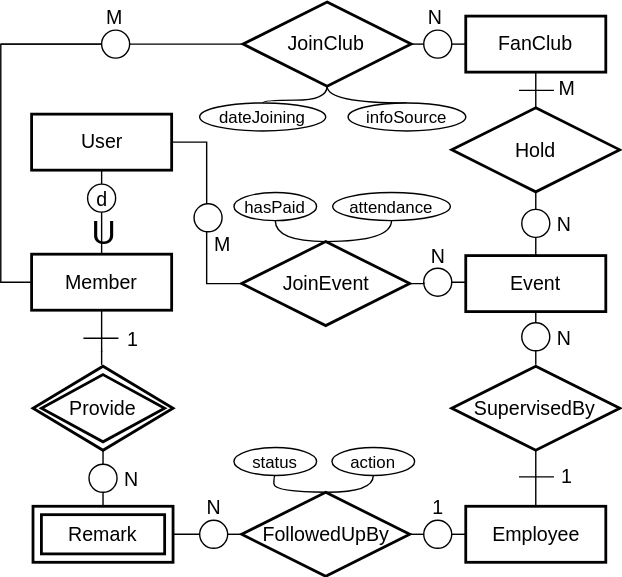
Earlier version of the draw.io export Project/E-R_Diagram.svg (gerald-liu/comp3311). Source tidied: cells renumbered, new cells last; positions are measured from the earlier drawing's top-left corner, leaving out a move shared by most shapes.
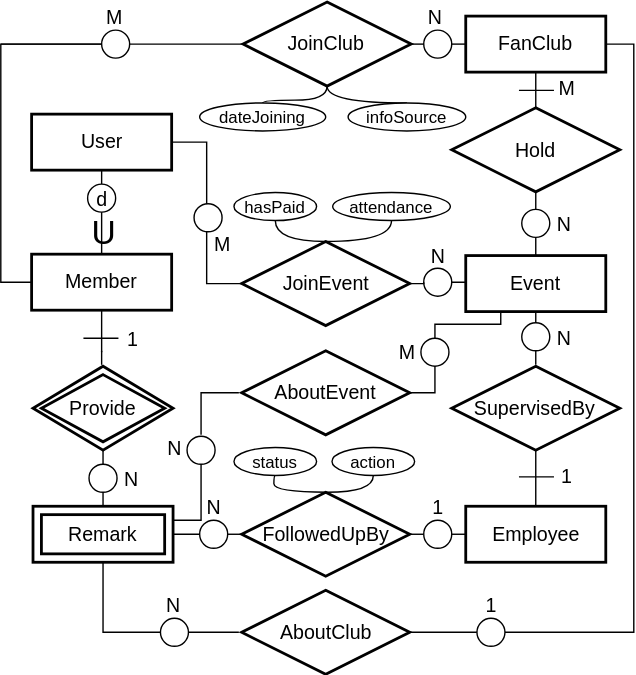
After the commit.

Change to the diagram source:
```diff
@@ -62,6 +62,9 @@
     <mxCell id="14" style="edgeStyle=orthogonalEdgeStyle;rounded=0;html=1;exitX=1;exitY=0.5;entryX=0;entryY=1;endArrow=none;endFill=0;jettySize=auto;fontFamily=Helvetica;" parent="1" edge="1" source="15" target="22">
       <mxGeometry relative="1" as="geometry" />
     </mxCell>
+    <mxCell id="75" style="edgeStyle=orthogonalEdgeStyle;rounded=0;html=1;exitX=1;exitY=0.25;entryX=0.5;entryY=1;endArrow=none;endFill=0;jettySize=auto;fontFamily=Helvetica;" parent="1" edge="1" source="15" target="78">
+      <mxGeometry relative="1" as="geometry" />
+    </mxCell>
     <mxCell id="15" value="Remark" style="shape=ext;strokeWidth=2;margin=3;double=1;whiteSpace=wrap;html=1;align=center;fontSize=14;fillColor=#ffffff;" parent="1" vertex="1">
       <mxGeometry x="23" y="360" width="100" height="40" as="geometry" />
     </mxCell>
@@ -292,5 +295,73 @@
         </Array>
       </mxGeometry>
     </mxCell>
+    <mxCell id="76" value="&lt;font style=&quot;font-size: 14px&quot;&gt;AboutEvent&lt;/font&gt;" style="shape=rhombus;strokeWidth=2;fontSize=17;perimeter=rhombusPerimeter;whiteSpace=wrap;html=1;align=center;fontSize=14;fillColor=#ffffff;" parent="1" vertex="1">
+      <mxGeometry x="172" y="249" width="120" height="60" as="geometry" />
+    </mxCell>
+    <mxCell id="77" style="edgeStyle=orthogonalEdgeStyle;rounded=0;html=1;exitX=0.5;exitY=0;endArrow=none;endFill=0;jettySize=auto;orthogonalLoop=1;fontFamily=Helvetica;" parent="1" edge="1">
+      <mxGeometry relative="1" as="geometry">
+        <mxPoint x="143" y="309" as="sourcePoint" />
+        <mxPoint x="170" y="279" as="targetPoint" />
+        <Array as="points">
+          <mxPoint x="143" y="279" />
+        </Array>
+      </mxGeometry>
+    </mxCell>
+    <mxCell id="78" style="ellipse;whiteSpace=wrap;html=1;fillColor=#ffffff;fontFamily=Helvetica;" parent="1" vertex="1">
+      <mxGeometry x="133" y="310" width="20" height="20" as="geometry" />
+    </mxCell>
+    <mxCell id="79" value="&lt;font style=&quot;font-size: 14px&quot;&gt;N&lt;/font&gt;" style="text;html=1;strokeColor=none;fillColor=none;align=center;verticalAlign=middle;whiteSpace=wrap;rounded=0;fontFamily=Helvetica;" parent="1" vertex="1">
+      <mxGeometry x="117" y="308" width="14" height="20" as="geometry" />
+    </mxCell>
+    <mxCell id="80" style="edgeStyle=orthogonalEdgeStyle;rounded=0;html=1;exitX=0.5;exitY=0;entryX=0.25;entryY=1;endArrow=none;endFill=0;jettySize=auto;fontFamily=Helvetica;" parent="1" edge="1" source="82" target="39">
+      <mxGeometry relative="1" as="geometry">
+        <Array as="points">
+          <mxPoint x="310" y="230" />
+          <mxPoint x="357" y="230" />
+        </Array>
+      </mxGeometry>
+    </mxCell>
+    <mxCell id="81" style="edgeStyle=orthogonalEdgeStyle;rounded=0;html=1;exitX=0.5;exitY=1;entryX=1;entryY=0.5;endArrow=none;endFill=0;jettySize=auto;fontFamily=Helvetica;" parent="1" edge="1" source="82" target="76">
+      <mxGeometry relative="1" as="geometry">
+        <Array as="points">
+          <mxPoint x="310" y="279" />
+        </Array>
+      </mxGeometry>
+    </mxCell>
+    <mxCell id="82" style="ellipse;whiteSpace=wrap;html=1;fillColor=#ffffff;fontFamily=Helvetica;" parent="1" vertex="1">
+      <mxGeometry x="300" y="240" width="20" height="20" as="geometry" />
+    </mxCell>
+    <mxCell id="83" value="&lt;font style=&quot;font-size: 14px&quot;&gt;M&lt;/font&gt;" style="text;html=1;strokeColor=none;fillColor=none;align=center;verticalAlign=middle;whiteSpace=wrap;rounded=0;fontFamily=Helvetica;" parent="1" vertex="1">
+      <mxGeometry x="283" y="239" width="14" height="20" as="geometry" />
+    </mxCell>
+    <mxCell id="84" style="edgeStyle=orthogonalEdgeStyle;rounded=0;html=1;exitX=1;exitY=0.5;entryX=1;entryY=0.5;endArrow=none;endFill=0;jettySize=auto;fontFamily=Helvetica;" parent="1" edge="1" source="91" target="51">
+      <mxGeometry relative="1" as="geometry" />
+    </mxCell>
+    <mxCell id="85" style="edgeStyle=orthogonalEdgeStyle;rounded=0;html=1;exitX=1;exitY=0.5;entryX=0;entryY=0.5;endArrow=none;endFill=0;jettySize=auto;fontFamily=Helvetica;" parent="1" edge="1" source="86" target="91">
+      <mxGeometry relative="1" as="geometry" />
+    </mxCell>
+    <mxCell id="86" value="&lt;font style=&quot;font-size: 14px&quot;&gt;AboutClub&lt;/font&gt;" style="shape=rhombus;strokeWidth=2;fontSize=17;perimeter=rhombusPerimeter;whiteSpace=wrap;html=1;align=center;fontSize=14;fillColor=#ffffff;" parent="1" vertex="1">
+      <mxGeometry x="172" y="420" width="120" height="60" as="geometry" />
+    </mxCell>
+    <mxCell id="87" style="edgeStyle=orthogonalEdgeStyle;rounded=0;html=1;exitX=1;exitY=0.5;endArrow=none;endFill=0;jettySize=auto;fontFamily=Helvetica;" parent="1" edge="1" source="88">
+      <mxGeometry relative="1" as="geometry">
+        <mxPoint x="170" y="450" as="targetPoint" />
+      </mxGeometry>
+    </mxCell>
+    <mxCell id="88" style="ellipse;whiteSpace=wrap;html=1;fillColor=#ffffff;fontFamily=Helvetica;" parent="1" vertex="1">
+      <mxGeometry x="114" y="440" width="20" height="20" as="geometry" />
+    </mxCell>
+    <mxCell id="89" style="edgeStyle=orthogonalEdgeStyle;rounded=0;html=1;exitX=0.5;exitY=1;entryX=0;entryY=0.5;endArrow=none;endFill=0;jettySize=auto;fontFamily=Helvetica;" parent="1" edge="1" source="15" target="88">
+      <mxGeometry relative="1" as="geometry" />
+    </mxCell>
+    <mxCell id="90" value="&lt;font style=&quot;font-size: 14px&quot;&gt;N&lt;/font&gt;" style="text;html=1;strokeColor=none;fillColor=none;align=center;verticalAlign=middle;whiteSpace=wrap;rounded=0;fontFamily=Helvetica;" parent="1" vertex="1">
+      <mxGeometry x="116" y="420" width="14" height="20" as="geometry" />
+    </mxCell>
+    <mxCell id="91" style="ellipse;whiteSpace=wrap;html=1;fillColor=#ffffff;fontFamily=Helvetica;" parent="1" vertex="1">
+      <mxGeometry x="340" y="440" width="20" height="20" as="geometry" />
+    </mxCell>
+    <mxCell id="92" value="&lt;font style=&quot;font-size: 14px&quot;&gt;1&lt;/font&gt;" style="text;html=1;strokeColor=none;fillColor=none;align=center;verticalAlign=middle;whiteSpace=wrap;rounded=0;fontFamily=Helvetica;" parent="1" vertex="1">
+      <mxGeometry x="340" y="420" width="20" height="20" as="geometry" />
+    </mxCell>
   </root>
 </mxGraphModel>
```
